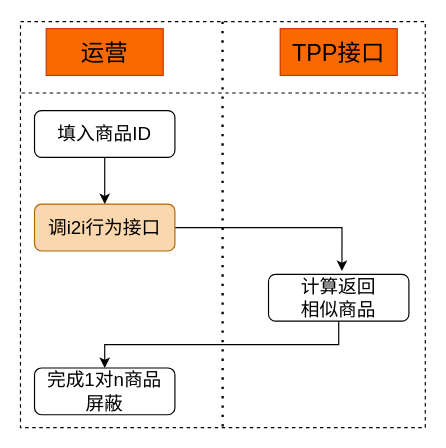
This is Untitled Diagram.drawio from ElioCode/gitxuexi, a draw.io file, before an edit. Source tidied: cells renumbered, new cells numbered last; positions are measured from the earlier drawing's top-left corner, leaving out a move shared by most shapes. Both pictures are drawn from the tidied source at 117%, with x=0, y=0 at pixel (20, 21).
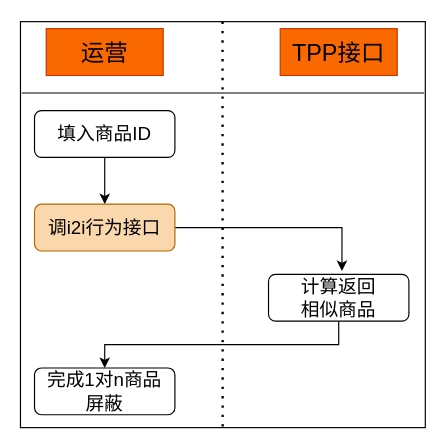
After the change.

Diff of the diagram source:
```diff
@@
 <mxGraphModel>
   <root>
     <mxCell id="0" />
     <mxCell id="1" parent="0" />
     <mxCell id="2" style="edgeStyle=orthogonalEdgeStyle;rounded=0;jettySize=auto;html=1;exitX=0.5;exitY=1;exitDx=0;exitDy=0;entryX=0.5;entryY=0;entryDx=0;entryDy=0;" parent="1" edge="1" source="3" target="5">
       <mxGeometry relative="1" as="geometry" />
     </mxCell>
     <mxCell id="3" value="&lt;font style=&quot;font-size: 16px&quot;&gt;填入商品ID&lt;/font&gt;" style="rounded=1;whiteSpace=wrap;html=1;fontSize=12;glass=0;strokeWidth=1;shadow=0;" parent="1" vertex="1">
       <mxGeometry x="12" y="76" width="120" height="40" as="geometry" />
     </mxCell>
     <mxCell id="4" style="edgeStyle=orthogonalEdgeStyle;rounded=0;jettySize=auto;html=1;entryX=0.523;entryY=-0.07;entryDx=0;entryDy=0;entryPerimeter=0;" parent="1" edge="1" source="5" target="9">
       <mxGeometry relative="1" as="geometry" />
     </mxCell>
     <mxCell id="5" value="&lt;font style=&quot;font-size: 16px&quot;&gt;调i2i行为接口&lt;/font&gt;" style="rounded=1;whiteSpace=wrap;html=1;fontSize=12;glass=0;strokeWidth=1;shadow=0;fillColor=#fad7ac;strokeColor=#b46504;" parent="1" vertex="1">
       <mxGeometry x="12" y="156" width="120" height="40" as="geometry" />
     </mxCell>
     <mxCell id="6" value="&lt;font style=&quot;font-size: 20px&quot;&gt;运营&lt;/font&gt;" style="rounded=0;whiteSpace=wrap;html=1;fillColor=#fa6800;strokeColor=#C73500;fontColor=#000000;" parent="1" vertex="1">
       <mxGeometry x="22" y="6" width="100" height="40" as="geometry" />
     </mxCell>
     <mxCell id="7" value="&lt;font style=&quot;font-size: 20px&quot;&gt;TPP接口&lt;/font&gt;" style="rounded=0;whiteSpace=wrap;html=1;fillColor=#fa6800;strokeColor=#C73500;fontColor=#000000;" parent="1" vertex="1">
       <mxGeometry x="222" y="6" width="100" height="40" as="geometry" />
     </mxCell>
     <mxCell id="8" style="edgeStyle=orthogonalEdgeStyle;rounded=0;jettySize=auto;html=1;exitX=0.5;exitY=1;exitDx=0;exitDy=0;" parent="1" edge="1" source="9" target="10">
       <mxGeometry relative="1" as="geometry" />
     </mxCell>
     <mxCell id="9" value="&lt;span style=&quot;font-size: 16px&quot;&gt;计算返回&lt;br&gt;相似商品&lt;/span&gt;" style="rounded=1;whiteSpace=wrap;html=1;fontSize=12;glass=0;strokeWidth=1;shadow=0;" parent="1" vertex="1">
       <mxGeometry x="212" y="216" width="120" height="40" as="geometry" />
     </mxCell>
     <mxCell id="10" value="&lt;span style=&quot;font-size: 16px&quot;&gt;完成1对n商品&lt;br&gt;屏蔽&lt;/span&gt;" style="rounded=1;whiteSpace=wrap;html=1;fontSize=12;glass=0;strokeWidth=1;shadow=0;" parent="1" vertex="1">
       <mxGeometry x="12" y="296" width="120" height="40" as="geometry" />
     </mxCell>
-    <mxCell id="11" style="rounded=0;whiteSpace=wrap;html=1;fillColor=none;dashed=1;" parent="1" vertex="1">
+    <mxCell id="11" style="rounded=0;whiteSpace=wrap;html=1;fillColor=none;" parent="1" vertex="1">
       <mxGeometry width="346" height="347" as="geometry" />
     </mxCell>
-    <mxCell id="12" style="line;strokeWidth=1;html=1;dashed=1;fillColor=none;" parent="1" vertex="1">
+    <mxCell id="12" style="line;strokeWidth=1;html=1;fillColor=none;" parent="1" vertex="1">
       <mxGeometry x="1" y="56" width="344" height="10" as="geometry" />
     </mxCell>
     <mxCell id="13" style="endArrow=none;dashed=1;html=1;dashPattern=1 3;strokeWidth=2;" parent="1" edge="1">
       <mxGeometry relative="1" as="geometry">
         <mxPoint x="172.8" y="346" as="sourcePoint" />
         <mxPoint x="172.7" as="targetPoint" />
       </mxGeometry>
     </mxCell>
   </root>
 </mxGraphModel>
```
